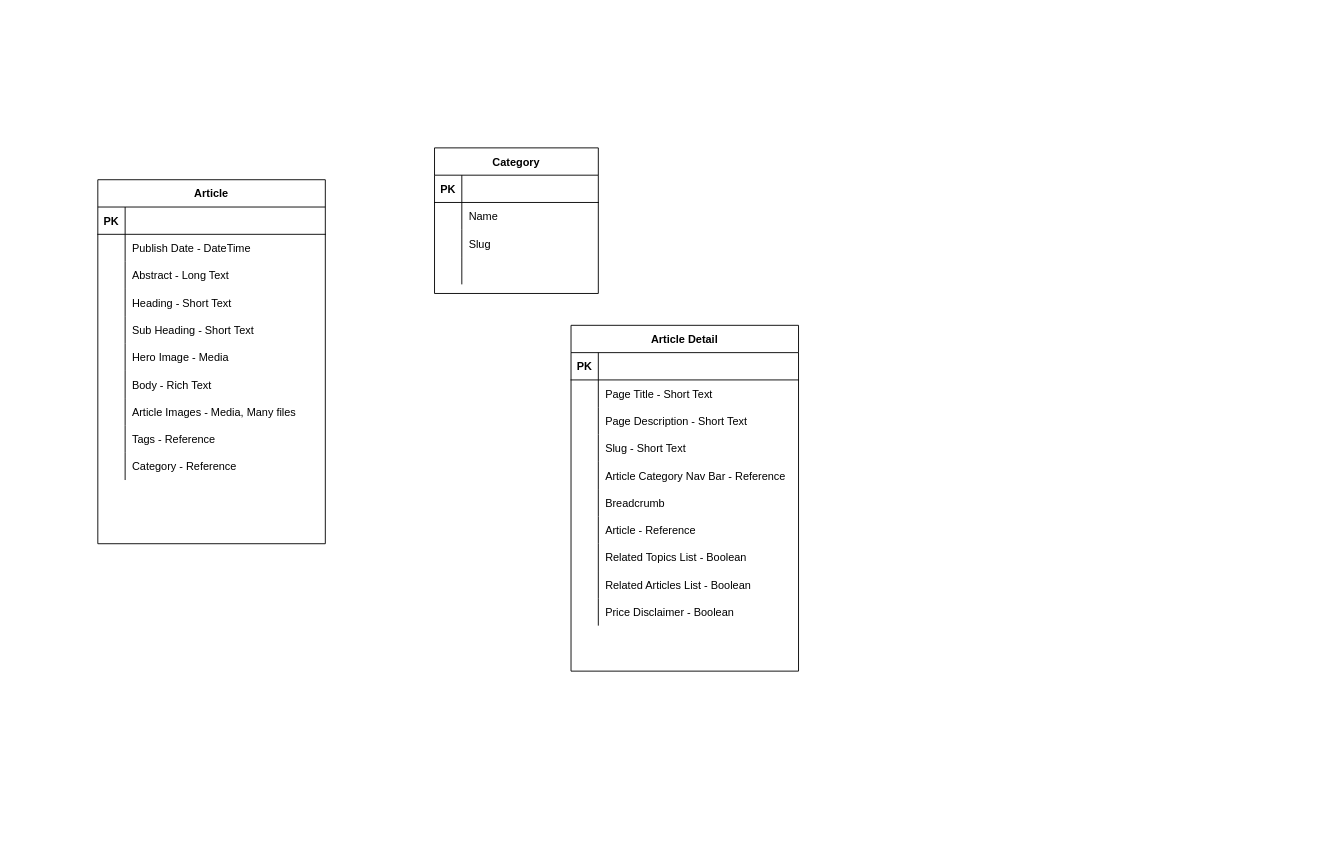
This is page "Current model" (1 of 2) of Untitled Diagram.drawio from kkankala/erdiagrams, a draw.io file, before an edit. Source tidied: cells renumbered, new cells numbered last; positions are measured from the earlier drawing's top-left corner, leaving out a move shared by most shapes. Both pictures are drawn from the tidied source at 91%, with x=0, y=0 at pixel (97, 147).
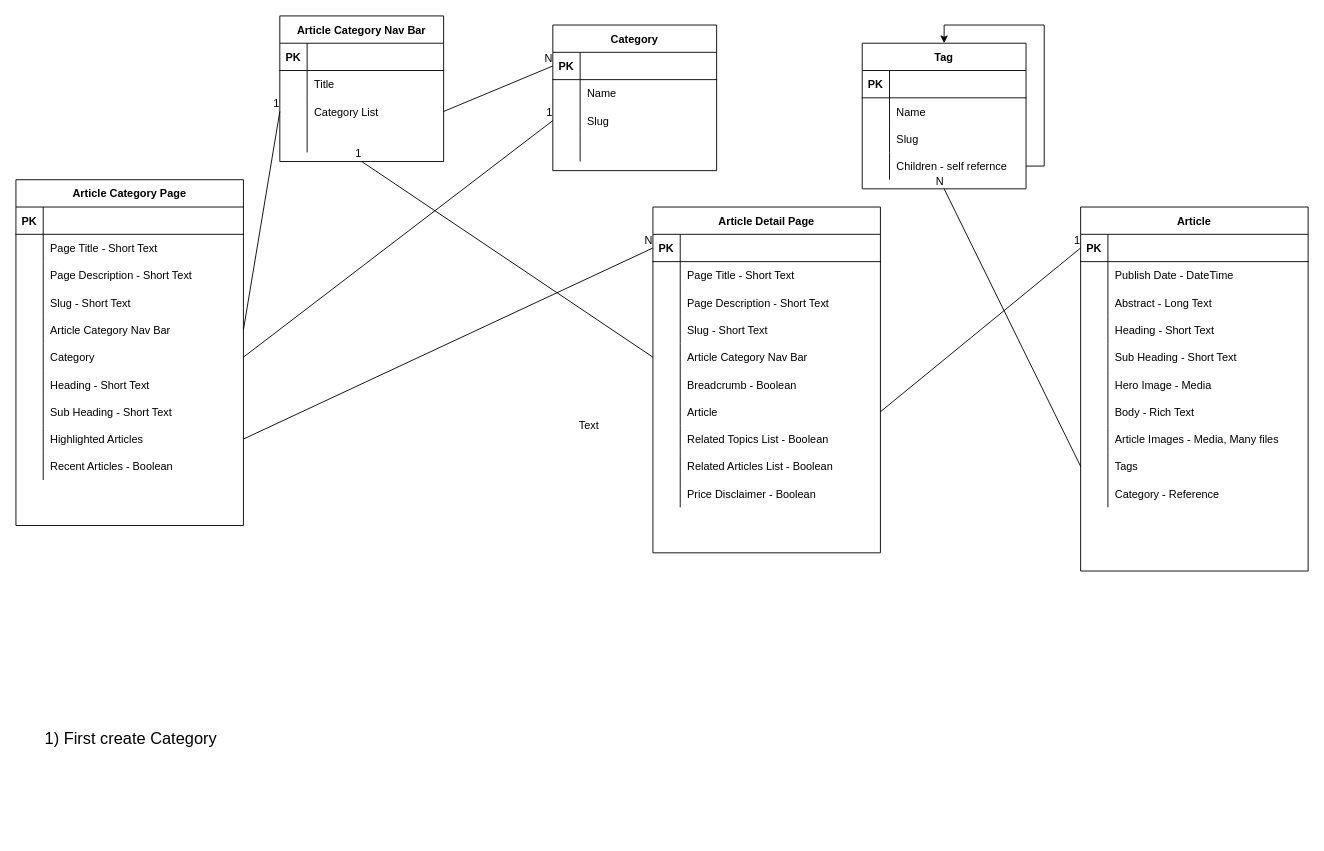
The same page after the edit.

The change refers to these unchanged cells:
```xml
<mxCell id="3" style="shape=partialRectangle;fillColor=none;points=[[0,0.5],[1,0.5]];portConstraint=eastwest;top=0;left=0;right=0;bottom=1;" parent="2" vertex="1">
  <mxGeometry y="30" width="250" height="30" as="geometry" />
</mxCell>
<mxCell id="27" style="shape=partialRectangle;fillColor=none;points=[[0,0.5],[1,0.5]];portConstraint=eastwest;top=0;left=0;right=0;bottom=0;" parent="2" vertex="1">
  <mxGeometry y="270" width="250" height="30" as="geometry" />
</mxCell>
<mxCell id="34" style="shape=partialRectangle;fillColor=none;points=[[0,0.5],[1,0.5]];portConstraint=eastwest;top=0;left=0;right=0;bottom=1;" parent="33" vertex="1">
  <mxGeometry y="30" width="250" height="30" as="geometry" />
</mxCell>
<mxCell id="46" style="shape=partialRectangle;fillColor=none;points=[[0,0.5],[1,0.5]];portConstraint=eastwest;top=0;left=0;right=0;bottom=0;" parent="33" vertex="1">
  <mxGeometry y="150" width="250" height="30" as="geometry" />
</mxCell>
<mxCell id="49" style="shape=partialRectangle;fillColor=none;top=0;left=0;right=0;bottom=0;" parent="33" vertex="1">
  <mxGeometry y="180" width="250" height="30" as="geometry" />
</mxCell>
<mxCell id="52" style="shape=partialRectangle;fillColor=none;points=[[0,0.5],[1,0.5]];portConstraint=eastwest;top=0;left=0;right=0;bottom=0;" parent="33" vertex="1">
  <mxGeometry y="210" width="250" height="30" as="geometry" />
</mxCell>
<mxCell id="65" style="shape=partialRectangle;fillColor=none;top=0;left=0;bottom=1;right=0;points=[[0,0.5],[1,0.5]];portConstraint=eastwest;" parent="64" vertex="1">
  <mxGeometry y="30" width="180" height="30" as="geometry" />
</mxCell>
<mxCell id="71" style="shape=partialRectangle;fillColor=none;top=0;left=0;bottom=0;right=0;points=[[0,0.5],[1,0.5]];portConstraint=eastwest;" parent="64" vertex="1">
  <mxGeometry y="90" width="180" height="30" as="geometry" />
</mxCell>
```

The edit, as a diff of the source:
```diff
@@
     <mxCell id="2" value="Article" style="shape=table;startSize=30;childLayout=tableLayout;rowLines=0;fontStyle=1;align=center;" parent="1" vertex="1">
-      <mxGeometry y="35" width="250" height="400" as="geometry" />
+      <mxGeometry x="1080" y="65" width="250" height="400" as="geometry" />
     </mxCell>
@@
-    <mxCell id="29" value="Tags - Reference" style="shape=partialRectangle;overflow=hidden;fillColor=none;top=0;left=0;bottom=0;right=0;align=left;spacingLeft=6;" parent="27" vertex="1">
+    <mxCell id="29" value="Tags" style="shape=partialRectangle;overflow=hidden;fillColor=none;top=0;left=0;bottom=0;right=0;align=left;spacingLeft=6;" parent="27" vertex="1">
       <mxGeometry x="30" width="220" height="30" as="geometry" />
     </mxCell>
@@
-    <mxCell id="33" value="Article Detail" style="shape=table;startSize=30;childLayout=tableLayout;rowLines=0;fontStyle=1;align=center;" parent="1" vertex="1">
-      <mxGeometry x="520" y="195" width="250" height="380" as="geometry" />
+    <mxCell id="33" value="Article Detail Page" style="shape=table;startSize=30;childLayout=tableLayout;rowLines=0;fontStyle=1;align=center;" parent="1" vertex="1">
+      <mxGeometry x="610" y="65" width="250" height="380" as="geometry" />
     </mxCell>
@@
-    <mxCell id="48" value="Article Category Nav Bar - Reference" style="shape=partialRectangle;overflow=hidden;fillColor=none;top=0;left=0;bottom=0;right=0;align=left;spacingLeft=6;" parent="46" vertex="1">
+    <mxCell id="48" value="Article Category Nav Bar" style="shape=partialRectangle;overflow=hidden;fillColor=none;top=0;left=0;bottom=0;right=0;align=left;spacingLeft=6;" parent="46" vertex="1">
       <mxGeometry x="30" width="220" height="30" as="geometry" />
     </mxCell>
@@
-    <mxCell id="51" value="Breadcrumb" style="shape=partialRectangle;overflow=hidden;fillColor=none;top=0;left=0;bottom=0;right=0;align=left;spacingLeft=6;" parent="49" vertex="1">
+    <mxCell id="51" value="Breadcrumb - Boolean" style="shape=partialRectangle;overflow=hidden;fillColor=none;top=0;left=0;bottom=0;right=0;align=left;spacingLeft=6;" parent="49" vertex="1">
       <mxGeometry x="30" width="220" height="30" as="geometry" />
     </mxCell>
@@
-    <mxCell id="54" value="Article - Reference" style="shape=partialRectangle;overflow=hidden;fillColor=none;top=0;left=0;bottom=0;right=0;align=left;spacingLeft=6;" parent="52" vertex="1">
+    <mxCell id="54" value="Article" style="shape=partialRectangle;overflow=hidden;fillColor=none;top=0;left=0;bottom=0;right=0;align=left;spacingLeft=6;" parent="52" vertex="1">
       <mxGeometry x="30" width="220" height="30" as="geometry" />
     </mxCell>
@@
     <mxCell id="64" value="Category" style="shape=table;startSize=30;childLayout=tableLayout;rowLines=0;fontStyle=1;align=center;" parent="1" vertex="1">
-      <mxGeometry x="370" width="180" height="160" as="geometry" />
+      <mxGeometry x="500" y="-135" width="180" height="160" as="geometry" />
     </mxCell>
@@
+    <mxCell id="77" value="Article Category Nav Bar" style="shape=table;startSize=30;childLayout=tableLayout;rowLines=0;fontStyle=1;align=center;" parent="1" vertex="1">
+      <mxGeometry x="200" y="-145" width="180" height="160" as="geometry" />
+    </mxCell>
+    <mxCell id="78" style="shape=partialRectangle;fillColor=none;top=0;left=0;bottom=1;right=0;" parent="77" vertex="1">
+      <mxGeometry y="30" width="180" height="30" as="geometry" />
+    </mxCell>
+    <mxCell id="79" value="PK" style="shape=partialRectangle;fillColor=none;top=0;left=0;bottom=0;right=0;fontStyle=1;overflow=hidden;" parent="78" vertex="1">
+      <mxGeometry width="30" height="30" as="geometry" />
+    </mxCell>
+    <mxCell id="80" style="shape=partialRectangle;fillColor=none;top=0;left=0;bottom=0;right=0;align=left;spacingLeft=6;fontStyle=5;overflow=hidden;" parent="78" vertex="1">
+      <mxGeometry x="30" width="150" height="30" as="geometry" />
+    </mxCell>
+    <mxCell id="81" style="shape=partialRectangle;fillColor=none;top=0;left=0;bottom=0;right=0;" parent="77" vertex="1">
+      <mxGeometry y="60" width="180" height="30" as="geometry" />
+    </mxCell>
+    <mxCell id="82" style="shape=partialRectangle;fillColor=none;top=0;left=0;bottom=0;right=0;overflow=hidden;" parent="81" vertex="1">
+      <mxGeometry width="30" height="30" as="geometry" />
+    </mxCell>
+    <mxCell id="83" value="Title" style="shape=partialRectangle;fillColor=none;top=0;left=0;bottom=0;right=0;align=left;spacingLeft=6;overflow=hidden;" parent="81" vertex="1">
+      <mxGeometry x="30" width="150" height="30" as="geometry" />
+    </mxCell>
+    <mxCell id="84" style="shape=partialRectangle;fillColor=none;top=0;left=0;bottom=0;right=0;points=[[0,0.5],[1,0.5]];portConstraint=eastwest;" parent="77" vertex="1">
+      <mxGeometry y="90" width="180" height="30" as="geometry" />
+    </mxCell>
+    <mxCell id="85" style="shape=partialRectangle;fillColor=none;top=0;left=0;bottom=0;right=0;overflow=hidden;" parent="84" vertex="1">
+      <mxGeometry width="30" height="30" as="geometry" />
+    </mxCell>
+    <mxCell id="86" value="Category List" style="shape=partialRectangle;fillColor=none;top=0;left=0;bottom=0;right=0;align=left;spacingLeft=6;overflow=hidden;" parent="84" vertex="1">
+      <mxGeometry x="30" width="150" height="30" as="geometry" />
+    </mxCell>
+    <mxCell id="87" style="shape=partialRectangle;fillColor=none;top=0;left=0;bottom=0;right=0;" parent="77" vertex="1">
+      <mxGeometry y="120" width="180" height="30" as="geometry" />
+    </mxCell>
+    <mxCell id="88" style="shape=partialRectangle;fillColor=none;top=0;left=0;bottom=0;right=0;overflow=hidden;" parent="87" vertex="1">
+      <mxGeometry width="30" height="30" as="geometry" />
+    </mxCell>
+    <mxCell id="89" style="shape=partialRectangle;fillColor=none;top=0;left=0;bottom=0;right=0;align=left;spacingLeft=6;overflow=hidden;" parent="87" vertex="1">
+      <mxGeometry x="30" width="150" height="30" as="geometry" />
+    </mxCell>
+    <mxCell id="90" value="Article Category Page" style="shape=table;startSize=30;childLayout=tableLayout;rowLines=0;fontStyle=1;align=center;" parent="1" vertex="1">
+      <mxGeometry x="-90" y="35" width="250" height="380" as="geometry" />
+    </mxCell>
+    <mxCell id="91" style="shape=partialRectangle;fillColor=none;top=0;left=0;right=0;bottom=1;" parent="90" vertex="1">
+      <mxGeometry y="30" width="250" height="30" as="geometry" />
+    </mxCell>
+    <mxCell id="92" value="PK" style="shape=partialRectangle;overflow=hidden;fillColor=none;top=0;left=0;bottom=0;right=0;fontStyle=1;" parent="91" vertex="1">
+      <mxGeometry width="30" height="30" as="geometry" />
+    </mxCell>
+    <mxCell id="93" style="shape=partialRectangle;overflow=hidden;fillColor=none;top=0;left=0;bottom=0;right=0;align=left;spacingLeft=6;fontStyle=5;" parent="91" vertex="1">
+      <mxGeometry x="30" width="220" height="30" as="geometry" />
+    </mxCell>
+    <mxCell id="94" style="shape=partialRectangle;fillColor=none;top=0;left=0;right=0;bottom=0;" parent="90" vertex="1">
+      <mxGeometry y="60" width="250" height="30" as="geometry" />
+    </mxCell>
+    <mxCell id="95" style="shape=partialRectangle;overflow=hidden;fillColor=none;top=0;left=0;bottom=0;right=0;" parent="94" vertex="1">
+      <mxGeometry width="30" height="30" as="geometry" />
+    </mxCell>
+    <mxCell id="96" value="Page Title - Short Text" style="shape=partialRectangle;overflow=hidden;fillColor=none;top=0;left=0;bottom=0;right=0;align=left;spacingLeft=6;" parent="94" vertex="1">
+      <mxGeometry x="30" width="220" height="30" as="geometry" />
+    </mxCell>
+    <mxCell id="97" style="shape=partialRectangle;fillColor=none;top=0;left=0;right=0;bottom=0;" parent="90" vertex="1">
+      <mxGeometry y="90" width="250" height="30" as="geometry" />
+    </mxCell>
+    <mxCell id="98" style="shape=partialRectangle;overflow=hidden;fillColor=none;top=0;left=0;bottom=0;right=0;" parent="97" vertex="1">
+      <mxGeometry width="30" height="30" as="geometry" />
+    </mxCell>
+    <mxCell id="99" value="Page Description - Short Text" style="shape=partialRectangle;overflow=hidden;fillColor=none;top=0;left=0;bottom=0;right=0;align=left;spacingLeft=6;" parent="97" vertex="1">
+      <mxGeometry x="30" width="220" height="30" as="geometry" />
+    </mxCell>
+    <mxCell id="100" style="shape=partialRectangle;fillColor=none;top=0;left=0;right=0;bottom=0;" parent="90" vertex="1">
+      <mxGeometry y="120" width="250" height="30" as="geometry" />
+    </mxCell>
+    <mxCell id="101" style="shape=partialRectangle;overflow=hidden;fillColor=none;top=0;left=0;bottom=0;right=0;" parent="100" vertex="1">
+      <mxGeometry width="30" height="30" as="geometry" />
+    </mxCell>
+    <mxCell id="102" value="Slug - Short Text" style="shape=partialRectangle;overflow=hidden;fillColor=none;top=0;left=0;bottom=0;right=0;align=left;spacingLeft=6;" parent="100" vertex="1">
+      <mxGeometry x="30" width="220" height="30" as="geometry" />
+    </mxCell>
+    <mxCell id="103" style="shape=partialRectangle;fillColor=none;points=[[0,0.5],[1,0.5]];portConstraint=eastwest;top=0;left=0;right=0;bottom=0;" parent="90" vertex="1">
+      <mxGeometry y="150" width="250" height="30" as="geometry" />
+    </mxCell>
+    <mxCell id="104" style="shape=partialRectangle;overflow=hidden;fillColor=none;top=0;left=0;bottom=0;right=0;" parent="103" vertex="1">
+      <mxGeometry width="30" height="30" as="geometry" />
+    </mxCell>
+    <mxCell id="105" value="Article Category Nav Bar" style="shape=partialRectangle;overflow=hidden;fillColor=none;top=0;left=0;bottom=0;right=0;align=left;spacingLeft=6;" parent="103" vertex="1">
+      <mxGeometry x="30" width="220" height="30" as="geometry" />
+    </mxCell>
+    <mxCell id="106" style="shape=partialRectangle;fillColor=none;points=[[0,0.5],[1,0.5]];portConstraint=eastwest;top=0;left=0;right=0;bottom=0;" parent="90" vertex="1">
+      <mxGeometry y="180" width="250" height="30" as="geometry" />
+    </mxCell>
+    <mxCell id="107" style="shape=partialRectangle;overflow=hidden;fillColor=none;top=0;left=0;bottom=0;right=0;" parent="106" vertex="1">
+      <mxGeometry width="30" height="30" as="geometry" />
+    </mxCell>
+    <mxCell id="108" value="Category" style="shape=partialRectangle;overflow=hidden;fillColor=none;top=0;left=0;bottom=0;right=0;align=left;spacingLeft=6;" parent="106" vertex="1">
+      <mxGeometry x="30" width="220" height="30" as="geometry" />
+    </mxCell>
+    <mxCell id="109" style="shape=partialRectangle;fillColor=none;top=0;left=0;right=0;bottom=0;" parent="90" vertex="1">
+      <mxGeometry y="210" width="250" height="30" as="geometry" />
+    </mxCell>
+    <mxCell id="110" style="shape=partialRectangle;overflow=hidden;fillColor=none;top=0;left=0;bottom=0;right=0;" parent="109" vertex="1">
+      <mxGeometry width="30" height="30" as="geometry" />
+    </mxCell>
+    <mxCell id="111" value="Heading - Short Text" style="shape=partialRectangle;overflow=hidden;fillColor=none;top=0;left=0;bottom=0;right=0;align=left;spacingLeft=6;" parent="109" vertex="1">
+      <mxGeometry x="30" width="220" height="30" as="geometry" />
+    </mxCell>
+    <mxCell id="112" style="shape=partialRectangle;fillColor=none;top=0;left=0;right=0;bottom=0;" parent="90" vertex="1">
+      <mxGeometry y="240" width="250" height="30" as="geometry" />
+    </mxCell>
+    <mxCell id="113" style="shape=partialRectangle;overflow=hidden;fillColor=none;top=0;left=0;bottom=0;right=0;" parent="112" vertex="1">
+      <mxGeometry width="30" height="30" as="geometry" />
+    </mxCell>
+    <mxCell id="114" value="Sub Heading - Short Text" style="shape=partialRectangle;overflow=hidden;fillColor=none;top=0;left=0;bottom=0;right=0;align=left;spacingLeft=6;" parent="112" vertex="1">
+      <mxGeometry x="30" width="220" height="30" as="geometry" />
+    </mxCell>
+    <mxCell id="115" style="shape=partialRectangle;fillColor=none;points=[[0,0.5],[1,0.5]];portConstraint=eastwest;top=0;left=0;right=0;bottom=0;" parent="90" vertex="1">
+      <mxGeometry y="270" width="250" height="30" as="geometry" />
+    </mxCell>
+    <mxCell id="116" style="shape=partialRectangle;overflow=hidden;fillColor=none;top=0;left=0;bottom=0;right=0;" parent="115" vertex="1">
+      <mxGeometry width="30" height="30" as="geometry" />
+    </mxCell>
+    <mxCell id="117" value="Highlighted Articles" style="shape=partialRectangle;overflow=hidden;fillColor=none;top=0;left=0;bottom=0;right=0;align=left;spacingLeft=6;" parent="115" vertex="1">
+      <mxGeometry x="30" width="220" height="30" as="geometry" />
+    </mxCell>
+    <mxCell id="118" style="shape=partialRectangle;fillColor=none;top=0;left=0;right=0;bottom=0;" parent="90" vertex="1">
+      <mxGeometry y="300" width="250" height="30" as="geometry" />
+    </mxCell>
+    <mxCell id="119" style="shape=partialRectangle;overflow=hidden;fillColor=none;top=0;left=0;bottom=0;right=0;" parent="118" vertex="1">
+      <mxGeometry width="30" height="30" as="geometry" />
+    </mxCell>
+    <mxCell id="120" value="Recent Articles - Boolean" style="shape=partialRectangle;overflow=hidden;fillColor=none;top=0;left=0;bottom=0;right=0;align=left;spacingLeft=6;" parent="118" vertex="1">
+      <mxGeometry x="30" width="220" height="30" as="geometry" />
+    </mxCell>
+    <mxCell id="121" value="Tag" style="shape=table;startSize=30;childLayout=tableLayout;rowLines=0;fontStyle=1;align=center;" parent="1" vertex="1">
+      <mxGeometry x="840" y="-115" width="180" height="160" as="geometry" />
+    </mxCell>
+    <mxCell id="122" style="shape=partialRectangle;fillColor=none;top=0;left=0;bottom=1;right=0;" parent="121" vertex="1">
+      <mxGeometry y="30" width="180" height="30" as="geometry" />
+    </mxCell>
+    <mxCell id="123" value="PK" style="shape=partialRectangle;fillColor=none;top=0;left=0;bottom=0;right=0;fontStyle=1;overflow=hidden;" parent="122" vertex="1">
+      <mxGeometry width="30" height="30" as="geometry" />
+    </mxCell>
+    <mxCell id="124" style="shape=partialRectangle;fillColor=none;top=0;left=0;bottom=0;right=0;align=left;spacingLeft=6;fontStyle=5;overflow=hidden;" parent="122" vertex="1">
+      <mxGeometry x="30" width="150" height="30" as="geometry" />
+    </mxCell>
+    <mxCell id="125" style="shape=partialRectangle;fillColor=none;top=0;left=0;bottom=0;right=0;" parent="121" vertex="1">
+      <mxGeometry y="60" width="180" height="30" as="geometry" />
+    </mxCell>
+    <mxCell id="126" style="shape=partialRectangle;fillColor=none;top=0;left=0;bottom=0;right=0;overflow=hidden;" parent="125" vertex="1">
+      <mxGeometry width="30" height="30" as="geometry" />
+    </mxCell>
+    <mxCell id="127" value="Name" style="shape=partialRectangle;fillColor=none;top=0;left=0;bottom=0;right=0;align=left;spacingLeft=6;overflow=hidden;" parent="125" vertex="1">
+      <mxGeometry x="30" width="150" height="30" as="geometry" />
+    </mxCell>
+    <mxCell id="128" style="shape=partialRectangle;fillColor=none;top=0;left=0;bottom=0;right=0;" parent="121" vertex="1">
+      <mxGeometry y="90" width="180" height="30" as="geometry" />
+    </mxCell>
+    <mxCell id="129" style="shape=partialRectangle;fillColor=none;top=0;left=0;bottom=0;right=0;overflow=hidden;" parent="128" vertex="1">
+      <mxGeometry width="30" height="30" as="geometry" />
+    </mxCell>
+    <mxCell id="130" value="Slug" style="shape=partialRectangle;fillColor=none;top=0;left=0;bottom=0;right=0;align=left;spacingLeft=6;overflow=hidden;" parent="128" vertex="1">
+      <mxGeometry x="30" width="150" height="30" as="geometry" />
+    </mxCell>
+    <mxCell id="131" style="edgeStyle=orthogonalEdgeStyle;rounded=0;jettySize=auto;html=1;exitX=1;exitY=0.5;exitDx=0;exitDy=0;entryX=0.5;entryY=0;entryDx=0;entryDy=0;" parent="121" edge="1" source="132" target="121">
+      <mxGeometry relative="1" as="geometry" />
+    </mxCell>
+    <mxCell id="132" style="shape=partialRectangle;fillColor=none;top=0;left=0;bottom=0;right=0;points=[[0,0.5],[1,0.5]];portConstraint=eastwest;" parent="121" vertex="1">
+      <mxGeometry y="120" width="180" height="30" as="geometry" />
+    </mxCell>
+    <mxCell id="133" style="shape=partialRectangle;fillColor=none;top=0;left=0;bottom=0;right=0;overflow=hidden;" parent="132" vertex="1">
+      <mxGeometry width="30" height="30" as="geometry" />
+    </mxCell>
+    <mxCell id="134" value="Children - self refernce" style="shape=partialRectangle;fillColor=none;top=0;left=0;bottom=0;right=0;align=left;spacingLeft=6;overflow=hidden;" parent="132" vertex="1">
+      <mxGeometry x="30" width="150" height="30" as="geometry" />
+    </mxCell>
+    <mxCell id="135" style="endArrow=none;html=1;rounded=0;entryX=0;entryY=0.5;entryDx=0;entryDy=0;exitX=1;exitY=0.5;exitDx=0;exitDy=0;" parent="1" edge="1" source="84" target="65">
+      <mxGeometry relative="1" as="geometry" />
+    </mxCell>
+    <mxCell id="136" value="N" style="html=1;align=right;verticalAlign=bottom;" parent="135" vertex="1">
+      <mxGeometry x="1" relative="1" as="geometry" />
+    </mxCell>
+    <mxCell id="137" style="endArrow=none;html=1;rounded=0;exitX=1;exitY=0.5;exitDx=0;exitDy=0;entryX=0;entryY=0.5;entryDx=0;entryDy=0;" parent="1" edge="1" source="103" target="84">
+      <mxGeometry relative="1" as="geometry" />
+    </mxCell>
+    <mxCell id="138" value="1" style="html=1;align=right;verticalAlign=bottom;" parent="137" vertex="1">
+      <mxGeometry x="1" relative="1" as="geometry" />
+    </mxCell>
+    <mxCell id="139" style="endArrow=none;html=1;rounded=0;exitX=1;exitY=0.5;exitDx=0;exitDy=0;entryX=0;entryY=0.5;entryDx=0;entryDy=0;" parent="1" edge="1" source="106" target="71">
+      <mxGeometry relative="1" as="geometry" />
+    </mxCell>
+    <mxCell id="140" value="1" style="html=1;align=right;verticalAlign=bottom;" parent="139" vertex="1">
+      <mxGeometry x="1" relative="1" as="geometry" />
+    </mxCell>
+    <mxCell id="141" style="endArrow=none;html=1;rounded=0;exitX=1;exitY=0.5;exitDx=0;exitDy=0;entryX=0;entryY=0.5;entryDx=0;entryDy=0;" parent="1" edge="1" source="115" target="34">
+      <mxGeometry relative="1" as="geometry" />
+    </mxCell>
+    <mxCell id="142" value="N" style="html=1;align=right;verticalAlign=bottom;" parent="141" vertex="1">
+      <mxGeometry x="1" relative="1" as="geometry" />
+    </mxCell>
+    <mxCell id="143" style="endArrow=none;html=1;rounded=0;entryX=0.5;entryY=1;entryDx=0;entryDy=0;exitX=0;exitY=0.5;exitDx=0;exitDy=0;" parent="1" edge="1" source="46" target="77">
+      <mxGeometry relative="1" as="geometry" />
+    </mxCell>
+    <mxCell id="144" value="1" style="html=1;align=right;verticalAlign=bottom;" parent="143" vertex="1">
+      <mxGeometry x="1" relative="1" as="geometry" />
+    </mxCell>
+    <mxCell id="145" style="endArrow=none;html=1;rounded=0;exitX=1;exitY=0.5;exitDx=0;exitDy=0;entryX=0;entryY=0.5;entryDx=0;entryDy=0;" parent="1" edge="1" source="52" target="3">
+      <mxGeometry relative="1" as="geometry" />
+    </mxCell>
+    <mxCell id="146" value="1" style="html=1;align=right;verticalAlign=bottom;" parent="145" vertex="1">
+      <mxGeometry x="1" relative="1" as="geometry" />
+    </mxCell>
+    <mxCell id="147" style="endArrow=none;html=1;rounded=0;exitX=0;exitY=0.5;exitDx=0;exitDy=0;entryX=0.5;entryY=1;entryDx=0;entryDy=0;" parent="1" edge="1" source="27" target="121">
+      <mxGeometry relative="1" as="geometry" />
+    </mxCell>
+    <mxCell id="148" value="N" style="html=1;align=right;verticalAlign=bottom;" parent="147" vertex="1">
+      <mxGeometry x="1" relative="1" as="geometry" />
+    </mxCell>
+    <mxCell id="149" value="Text" style="text;html=1;strokeColor=none;fillColor=none;align=center;verticalAlign=middle;whiteSpace=wrap;rounded=0;" parent="1" vertex="1">
+      <mxGeometry x="520" y="295" width="40" height="20" as="geometry" />
+    </mxCell>
+    <mxCell id="150" value="&lt;font style=&quot;font-size: 18px&quot;&gt;1) First create Category&lt;/font&gt;" style="text;html=1;strokeColor=none;fillColor=none;align=left;verticalAlign=middle;whiteSpace=wrap;rounded=0;" parent="1" vertex="1">
+      <mxGeometry x="-60" y="545" width="460" height="210" as="geometry" />
+    </mxCell>
```
